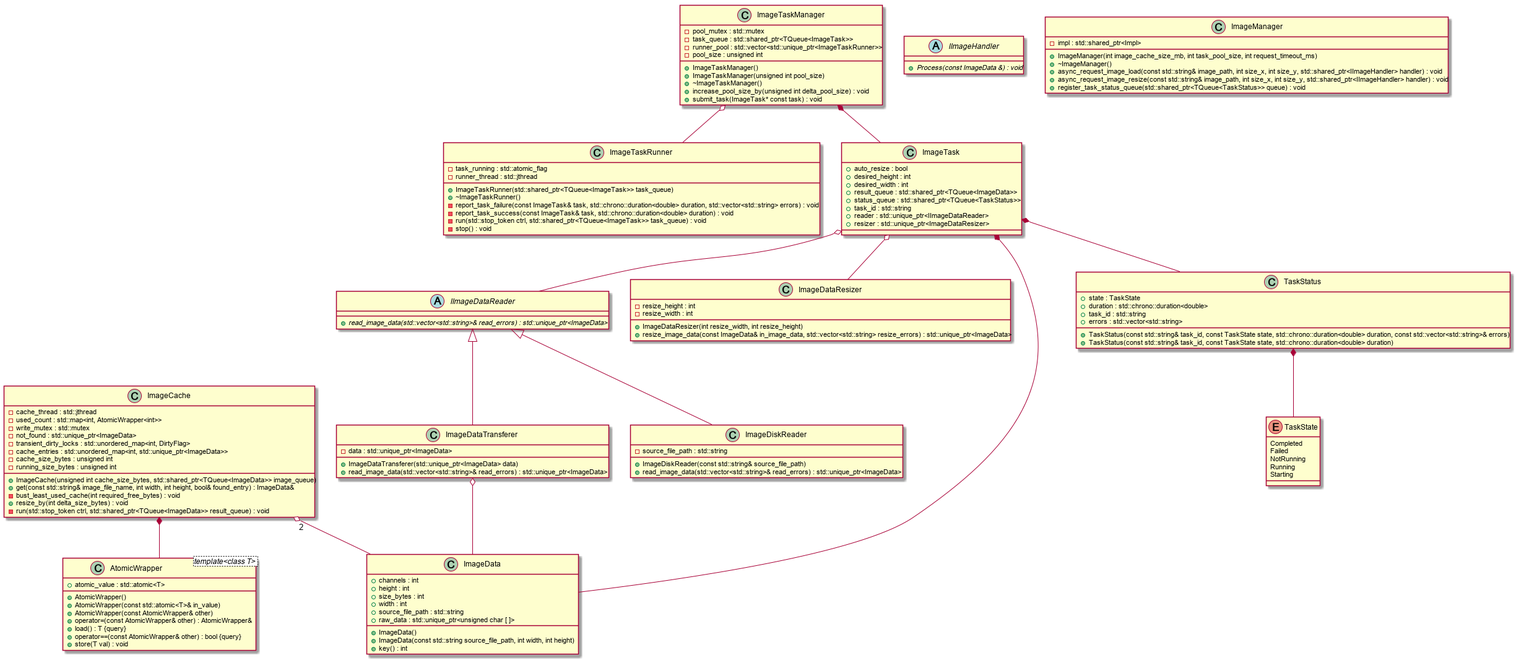
Above: image_tasker/docs/image_tasker.png in dizaknz/cbox (PlantUML), before the change.
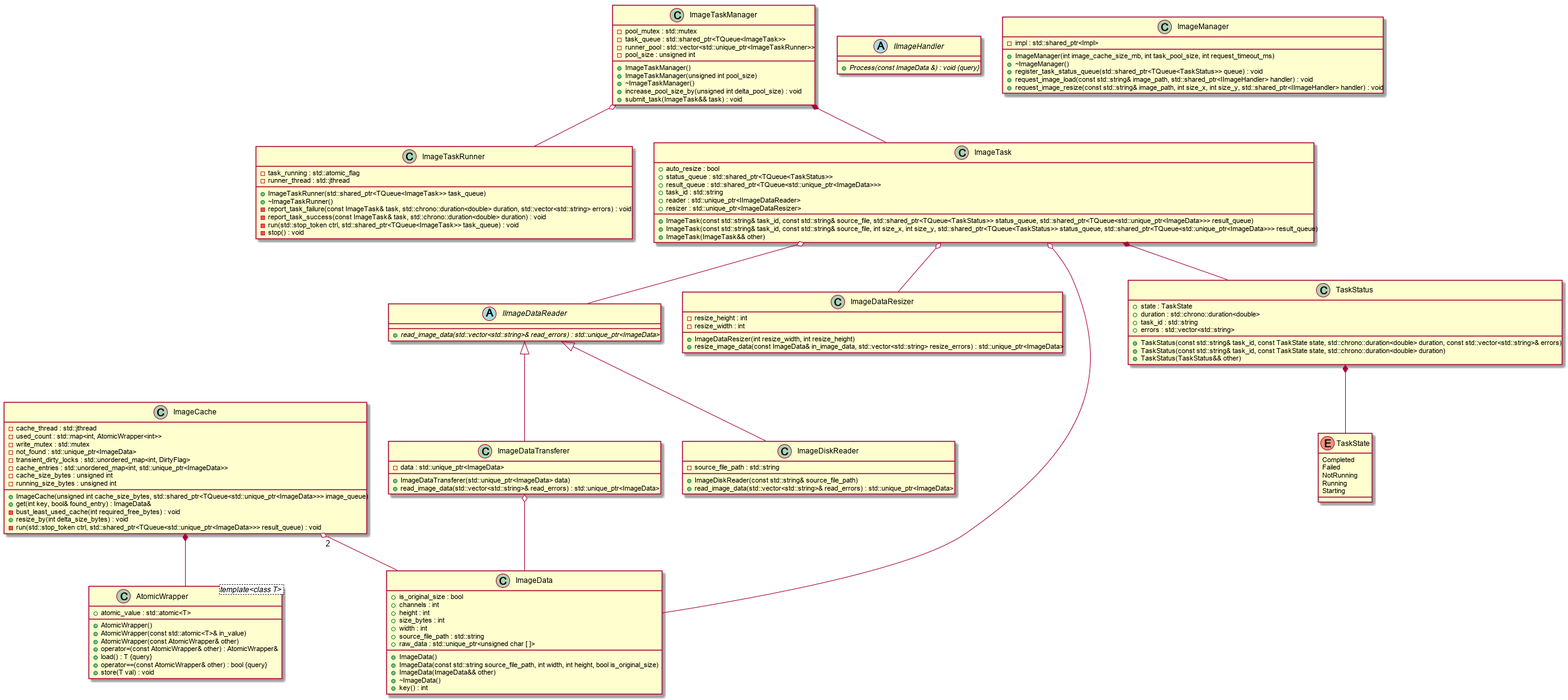
After the commit.

The edit, as a diff of the source:
```diff
@@ -11,13 +11,13 @@
 
 
 abstract class IImageHandler {
-	+{abstract} Process(const ImageData &) : void
+	+{abstract} Process(const ImageData &) : void {query}
 }
 
 
 class ImageCache {
-	+ImageCache(unsigned int cache_size_bytes, std::shared_ptr<TQueue<ImageData>> image_queue)
-	+get(const std::string& image_file_name, int width, int height, bool& found_entry) : ImageData&
+	+ImageCache(unsigned int cache_size_bytes, std::shared_ptr<TQueue<std::unique_ptr<ImageData>>> image_queue)
+	+get(int key, bool& found_entry) : ImageData&
 	-cache_thread : std::jthread
 	-used_count : std::map<int, AtomicWrapper<int>>
 	-write_mutex : std::mutex
@@ -28,7 +28,7 @@
 	-running_size_bytes : unsigned int
 	-bust_least_used_cache(int required_free_bytes) : void
 	+resize_by(int delta_size_bytes) : void
-	-run(std::stop_token ctrl, std::shared_ptr<TQueue<ImageData>> result_queue) : void
+	-run(std::stop_token ctrl, std::shared_ptr<TQueue<std::unique_ptr<ImageData>>> result_queue) : void
 }
 
 
@@ -58,9 +58,9 @@
 	+ImageManager(int image_cache_size_mb, int task_pool_size, int request_timeout_ms)
 	+~ImageManager()
 	-impl : std::shared_ptr<Impl>
-	+async_request_image_load(const std::string& image_path, int size_x, int size_y, std::shared_ptr<IImageHandler> handler) : void
-	+async_request_image_resize(const std::string& image_path, int size_x, int size_y, std::shared_ptr<IImageHandler> handler) : void
 	+register_task_status_queue(std::shared_ptr<TQueue<TaskStatus>> queue) : void
+	+request_image_load(const std::string& image_path, std::shared_ptr<IImageHandler> handler) : void
+	+request_image_resize(const std::string& image_path, int size_x, int size_y, std::shared_ptr<IImageHandler> handler) : void
 }
 
 
@@ -73,7 +73,7 @@
 	-runner_pool : std::vector<std::unique_ptr<ImageTaskRunner>>
 	-pool_size : unsigned int
 	+increase_pool_size_by(unsigned int delta_pool_size) : void
-	+submit_task(ImageTask* const task) : void
+	+submit_task(ImageTask&& task) : void
 }
 
 
@@ -112,7 +112,10 @@
 
 class ImageData {
 	+ImageData()
-	+ImageData(const std::string source_file_path, int width, int height)
+	+ImageData(const std::string source_file_path, int width, int height, bool is_original_size)
+	+ImageData(ImageData&& other)
+	+~ImageData()
+	+is_original_size : bool
 	+channels : int
 	+height : int
 	+key() : int
@@ -124,11 +127,12 @@
 
 
 class ImageTask {
+	+ImageTask(const std::string& task_id, const std::string& source_file, std::shared_ptr<TQueue<TaskStatus>> status_queue, std::shared_ptr<TQueue<std::unique_ptr<ImageData>>> result_queue)
+	+ImageTask(const std::string& task_id, const std::string& source_file, int size_x, int size_y, std::shared_ptr<TQueue<TaskStatus>> status_queue, std::shared_ptr<TQueue<std::unique_ptr<ImageData>>> result_queue)
+	+ImageTask(ImageTask&& other)
 	+auto_resize : bool
-	+desired_height : int
-	+desired_width : int
-	+result_queue : std::shared_ptr<TQueue<ImageData>>
 	+status_queue : std::shared_ptr<TQueue<TaskStatus>>
+	+result_queue : std::shared_ptr<TQueue<std::unique_ptr<ImageData>>>
 	+task_id : std::string
 	+reader : std::unique_ptr<IImageDataReader>
 	+resizer : std::unique_ptr<ImageDataResizer>
@@ -138,6 +142,7 @@
 class TaskStatus {
 	+TaskStatus(const std::string& task_id, const TaskState state, std::chrono::duration<double> duration, const std::vector<std::string>& errors)
 	+TaskStatus(const std::string& task_id, const TaskState state, std::chrono::duration<double> duration)
+	+TaskStatus(TaskStatus&& other)
 	+state : TaskState
 	+duration : std::chrono::duration<double>
 	+task_id : std::string
@@ -171,7 +176,7 @@
 ImageTask o-- IImageDataReader
 
 
-ImageTask *-- ImageData
+ImageTask o-- ImageData
 
 
 ImageTask o-- ImageDataResizer
```
